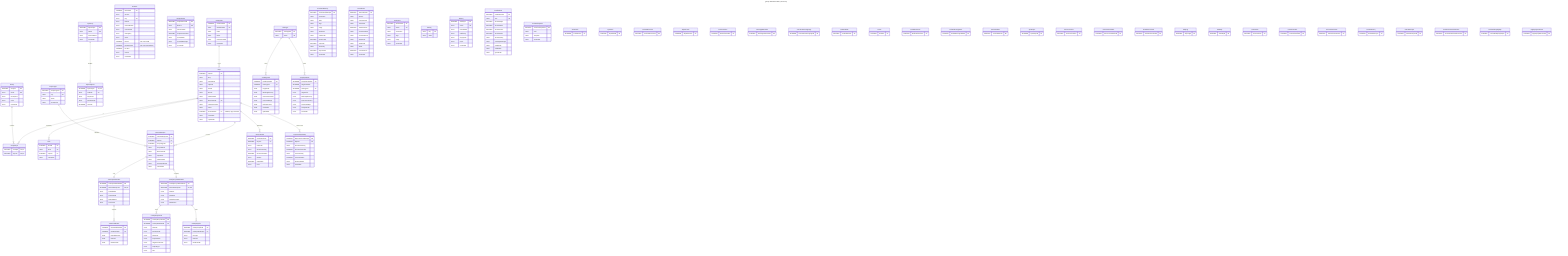
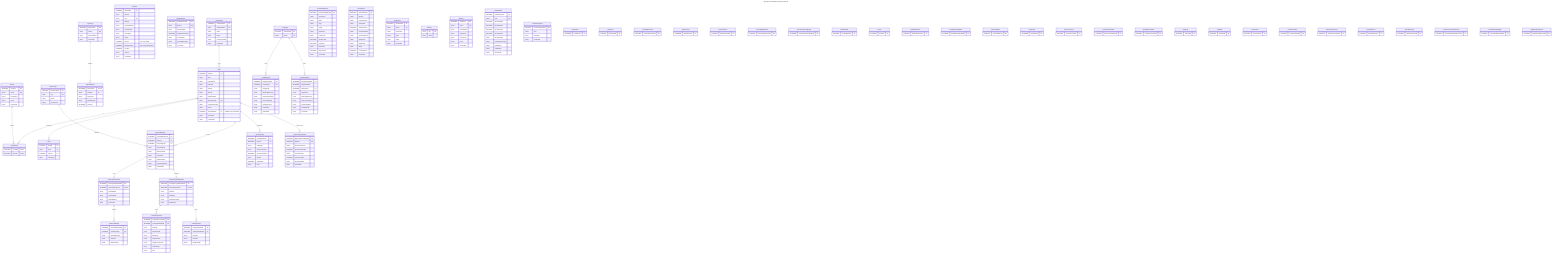
---
- title: gitmap Database ERD (canonical)
+ title: gitmap-v22 Database ERD (canonical)
---
- %% Source of truth: gitmap/constants/constants_*.go SQLCreate* blocks.
- %% Table-name parity is enforced by gitmap/store/erd_parity_test.go — any
+ %% Source of truth: gitmap-v22/constants/constants_*.go SQLCreate* blocks.
+ %% Table-name parity is enforced by gitmap-v22/store/erd_parity_test.go — any
%% new SQLCreate* constant MUST be reflected here in the same commit, or
%% CI fails. Per-column accuracy is best-effort; the parity test is
%% intentionally name-only so legitimate column tweaks don't churn the ERD.
%% All tables singular, PascalCase, INTEGER PRIMARY KEY AUTOINCREMENT (per project memory).
%% Note: Repo.ScanFolderId is added via ALTER without a declared FOREIGN KEY clause
%% (SQLite limitation) — application code enforces the relationship.
erDiagram

    %% ============================================================
    %% CORE: Repository registry + grouping
    %% ============================================================

    Repo {
        INTEGER RepoId PK
        TEXT Slug
        TEXT RepoName
        TEXT HttpsUrl
        TEXT SshUrl
        TEXT Branch
        TEXT RelativePath
        TEXT AbsolutePath UK
        TEXT CloneInstruction
        TEXT Notes
        INTEGER ScanFolderId FK "nullable, app-enforced"
        TEXT CreatedAt
        TEXT UpdatedAt
    }

    Group {
        INTEGER GroupId PK
        TEXT Name UK
        TEXT Description
        TEXT Color
        TEXT CreatedAt
    }

    GroupRepo {
        INTEGER GroupId PK,FK
        INTEGER RepoId PK,FK
    }

    Alias {
        INTEGER AliasId PK
        TEXT Alias UK
        INTEGER RepoId FK
        TEXT CreatedAt
    }

    ScanFolder {
        INTEGER ScanFolderId PK
        TEXT AbsolutePath UK
        TEXT Label
        TEXT Notes
        TEXT LastScannedAt
        TEXT CreatedAt
    }

    %% ============================================================
    %% RELEASE: Version metadata, draft/zip groups, temp releases
    %% ============================================================

    Release {
        INTEGER ReleaseId PK
        TEXT Version
        TEXT Tag UK
        TEXT Branch
        TEXT SourceBranch
        TEXT CommitSha
        TEXT Changelog
        TEXT Notes
        INTEGER IsDraft "v15: was Draft"
        INTEGER IsPreRelease "v15: was PreRelease"
        INTEGER IsLatest
        TEXT Source
        TEXT CreatedAt
    }

    TempRelease {
        INTEGER TempReleaseId PK
        TEXT Branch UK
        TEXT VersionPrefix
        INTEGER SequenceNumber
        TEXT CommitSha
        TEXT CommitMessage
        TEXT CreatedAt
    }

    ZipGroup {
        INTEGER ZipGroupId PK
        TEXT Name UK
        TEXT ArchiveName
        TEXT CreatedAt
    }

    ZipGroupItem {
        INTEGER ZipGroupId PK,FK
        TEXT FullPath PK
        TEXT RepoPath
        TEXT RelativePath
        INTEGER IsFolder
    }

    %% ============================================================
    %% PROJECT DETECTION: Repo → DetectedProject → Go/C# metadata
    %% ============================================================

    ProjectType {
        INTEGER ProjectTypeId PK
        TEXT Key UK
        TEXT Name
        TEXT Description
    }

    DetectedProject {
        INTEGER DetectedProjectId PK
        INTEGER RepoId FK
        INTEGER ProjectTypeId FK
        TEXT ProjectName
        TEXT AbsolutePath
        TEXT RepoPath
        TEXT RelativePath
        TEXT PrimaryIndicator
        TEXT DetectedAt
    }

    GoProjectMetadata {
        INTEGER GoProjectMetadataId PK
        INTEGER DetectedProjectId FK,UK
        TEXT GoModPath
        TEXT GoSumPath
        TEXT ModuleName
        TEXT GoVersion
    }

    GoRunnableFile {
        INTEGER GoRunnableFileId PK
        INTEGER GoMetadataId FK
        TEXT RunnableName
        TEXT FilePath
        TEXT RelativePath
    }

    CsharpProjectMetadata {
        INTEGER CsharpProjectMetadataId PK
        INTEGER DetectedProjectId FK,UK
        TEXT SlnPath
        TEXT SlnName
        TEXT GlobalJsonPath
        TEXT SdkVersion
    }

    CsharpProjectFile {
        INTEGER CsharpProjectFileId PK
        INTEGER CsharpMetadataId FK
        TEXT FilePath
        TEXT RelativePath
        TEXT FileName
        TEXT ProjectName
        TEXT TargetFramework
        TEXT OutputType
        TEXT Sdk
    }

    CsharpKeyFile {
        INTEGER CsharpKeyFileId PK
        INTEGER CsharpMetadataId FK
        TEXT FileType
        TEXT FilePath
        TEXT RelativePath
    }

    %% ============================================================
    %% VERSIONING: Probes + repo-version history (clone-next flatten)
    %% ============================================================

    VersionProbe {
        INTEGER VersionProbeId PK
        INTEGER RepoId FK
        TEXT ProbedAt
        TEXT NextVersionTag
        INTEGER NextVersionNum
        TEXT Method
        INTEGER IsAvailable
        TEXT Error
    }

    RepoVersionHistory {
        INTEGER RepoVersionHistoryId PK
        INTEGER RepoId FK
        TEXT FromVersionTag
        INTEGER FromVersionNum
        TEXT ToVersionTag
        INTEGER ToVersionNum
        TEXT FlattenedPath
        TEXT CreatedAt
    }

    %% ============================================================
    %% TASKS: Pending + completed task replay queue
    %% ============================================================

    TaskType {
        INTEGER TaskTypeId PK
        TEXT Name UK
    }

    PendingTask {
        INTEGER PendingTaskId PK
        INTEGER TaskTypeId FK
        TEXT TargetPath
        TEXT WorkingDirectory
        TEXT SourceCommand
        TEXT CommandArgs
        TEXT FailureReason
        TEXT CreatedAt
        TEXT UpdatedAt
    }

    CompletedTask {
        INTEGER CompletedTaskId PK
        INTEGER OriginalTaskId
        INTEGER TaskTypeId FK
        TEXT TargetPath
        TEXT WorkingDirectory
        TEXT SourceCommand
        TEXT CommandArgs
        TEXT CompletedAt
        TEXT CreatedAt
    }

    %% ============================================================
    %% AUDIT + USER STATE: history, bookmarks, settings, ssh, tools
    %% ============================================================

    CommandHistory {
        INTEGER CommandHistoryId PK
        TEXT Command
        TEXT Alias
        TEXT Args
        TEXT Flags
        TEXT StartedAt
        TEXT FinishedAt
        INTEGER DurationMs
        INTEGER ExitCode
        TEXT Summary
        INTEGER RepoCount
        TEXT CreatedAt
    }

    Amendment {
        INTEGER AmendmentId PK
        TEXT Branch
        TEXT FromCommit
        TEXT ToCommit
        INTEGER TotalCommits
        TEXT PreviousName
        TEXT PreviousEmail
        TEXT NewName
        TEXT NewEmail
        TEXT Mode
        INTEGER ForcePushed
        TEXT CreatedAt
    }

    Bookmark {
        INTEGER BookmarkId PK
        TEXT Name UK
        TEXT Command
        TEXT Args
        TEXT Flags
        TEXT CreatedAt
    }

    Setting {
        TEXT Key PK
        TEXT Value
    }

    SshKey {
        INTEGER SshKeyId PK
        TEXT Name UK
        TEXT PrivatePath
        TEXT PublicKey
        TEXT Fingerprint
        TEXT Email
        TEXT CreatedAt
    }

    InstalledTool {
        INTEGER InstalledToolId PK
        TEXT Tool UK
        INTEGER VersionMajor
        INTEGER VersionMinor
        INTEGER VersionPatch
        INTEGER VersionBuild
        TEXT VersionString
        TEXT PackageManager
        TEXT InstallPath
        TEXT InstalledAt
        TEXT UpdatedAt
    }

    CommitTemplate {
        INTEGER CommitTemplateId PK
        TEXT Kind
        TEXT Template
        TEXT CreatedAt
    }

    %% ============================================================
    %% RELATIONSHIPS
    %% ============================================================

    %% Core: scan folder owns repos (nullable FK, app-enforced)
    ScanFolder ||--o{ Repo : "scans"

    %% Core: grouping
    Repo  ||--o{ GroupRepo : "in"
    Group ||--o{ GroupRepo : "contains"
    Repo  ||--o{ Alias     : "named-by"

    %% Project detection cascade
    Repo                  ||--o{ DetectedProject       : "contains"
    ProjectType           ||--o{ DetectedProject       : "classifies"
    DetectedProject       ||--|| GoProjectMetadata     : "is-go"
    DetectedProject       ||--|| CsharpProjectMetadata : "is-csharp"
    GoProjectMetadata     ||--o{ GoRunnableFile        : "exposes"
    CsharpProjectMetadata ||--o{ CsharpProjectFile     : "owns"
    CsharpProjectMetadata ||--o{ CsharpKeyFile         : "owns"

    %% Versioning
    Repo ||--o{ VersionProbe       : "probed-by"
    Repo ||--o{ RepoVersionHistory : "flattens-into"

    %% Zip groups (no FK to Repo; FullPath is free-form)
    ZipGroup ||--o{ ZipGroupItem : "bundles"

    %% Tasks
    TaskType ||--o{ PendingTask   : "types"
    TaskType ||--o{ CompletedTask : "types"

    %% Standalone (no FK relationships):
    %%   Release, TempRelease, CommandHistory, Amendment, Bookmark,
    %%   Setting, SshKey, InstalledTool, CommitTemplate

    %% ============================================================
    %% COMMIT-IN PIPELINE (added v4.24.1 — parity stubs, columns TBD)
-     %% These tables exist in gitmap/constants/constants_commitin_sql.go
+     %% These tables exist in gitmap-v22/constants/constants_commitin_sql.go
    %% as SQLCreate* constants and are enforced by erd_parity_test.go.
    %% Per-column refinement is tracked as a follow-up.
    %% ============================================================

    RunStatus {
        INTEGER RunStatusId PK
    }
    InputKind {
        INTEGER InputKindId PK
    }
    CommitOutcome {
        INTEGER CommitOutcomeId PK
    }
    SkipReason {
        INTEGER SkipReasonId PK
    }
    ExclusionKind {
        INTEGER ExclusionKindId PK
    }
    MessageRuleKind {
        INTEGER MessageRuleKindId PK
    }
    FunctionIntelLanguage {
        INTEGER FunctionIntelLanguageId PK
    }
    ConflictMode {
        INTEGER ConflictModeId PK
    }
    Profile {
        INTEGER ProfileId PK
    }
    ProfileExclusion {
        INTEGER ProfileExclusionId PK
    }
    ProfileMessageRule {
        INTEGER ProfileMessageRuleId PK
    }
    CommitInRun {
        INTEGER CommitInRunId PK
    }
    InputRepo {
        INTEGER InputRepoId PK
    }
    SourceCommit {
        INTEGER SourceCommitId PK
    }
    SourceCommitFile {
        INTEGER SourceCommitFileId PK
    }
    RewrittenCommit {
        INTEGER RewrittenCommitId PK
    }
    SkipLog {
        INTEGER SkipLogId PK
    }
    ShaMap {
        INTEGER ShaMapId PK
    }

    %% ============================================================
    %% TRANSACTIONS + ARCHIVE + VSCODE + CLONE-PICK (v4.24.1 stubs)
    %% ============================================================

    Transaction {
        INTEGER TransactionId PK
    }
    TransactionFile {
        INTEGER TransactionFileId PK
    }
    TransactionAction {
        INTEGER TransactionActionId PK
    }
    ArchiveHistory {
        INTEGER ArchiveHistoryId PK
    }
    VSCodeProject {
        INTEGER VSCodeProjectId PK
    }
    CloneInteractiveSelection {
        INTEGER CloneInteractiveSelectionId PK
    }

    %% ============================================================
    %% COMMIT-IN MIGRATION 007 — TAG REPLAY MAP (spec/03-commit-in/09)
    %% ============================================================

    CommitInReplayMap {
        INTEGER CommitInReplayMapId PK
    }
    TagReplayOutcome {
        INTEGER TagReplayOutcomeId PK
    }
